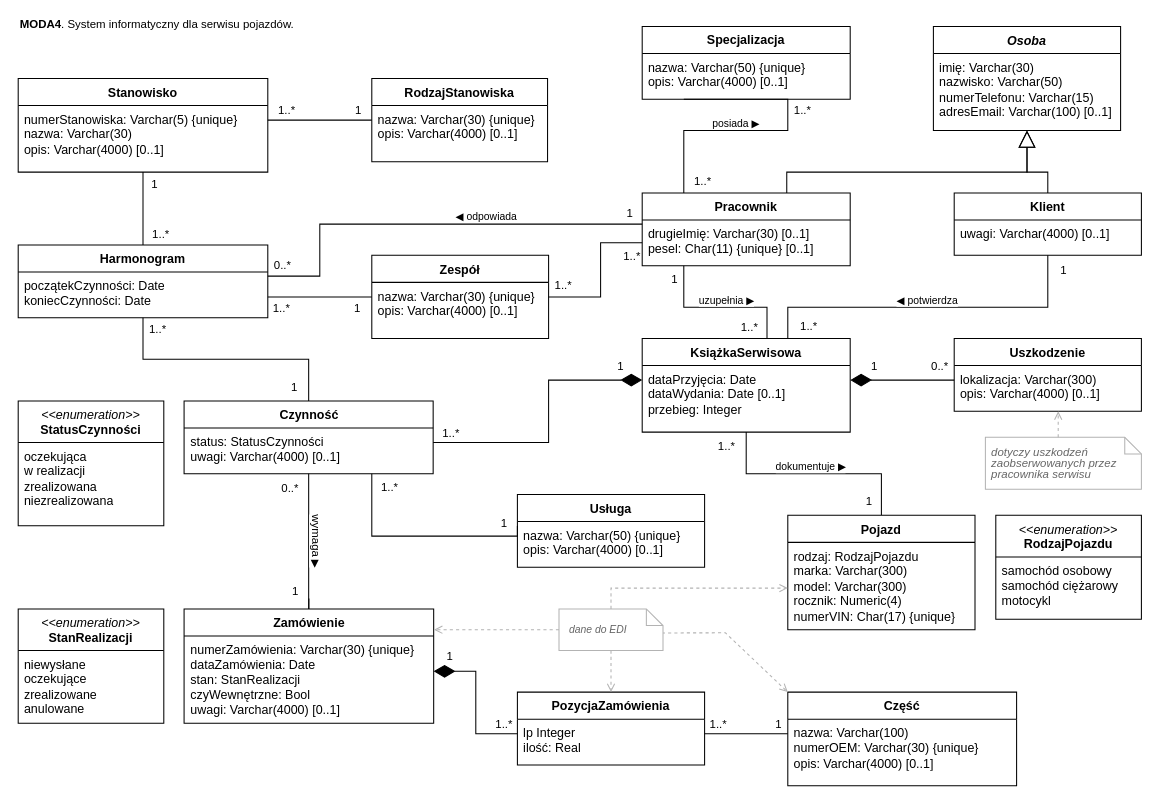
This is moda_logiczny/drawio/MODA4_logiczny_p1.drawio from SSwiatlak/IT_SYSTEM_FOR_CAR_WORKSHOPS, a draw.io file, before an edit. Source tidied: cells renumbered, new cells numbered last; positions are measured from the earlier drawing's top-left corner, leaving out a move shared by most shapes. Both pictures are drawn from the tidied source at 104%, with x=0, y=0 at pixel (18, 26).
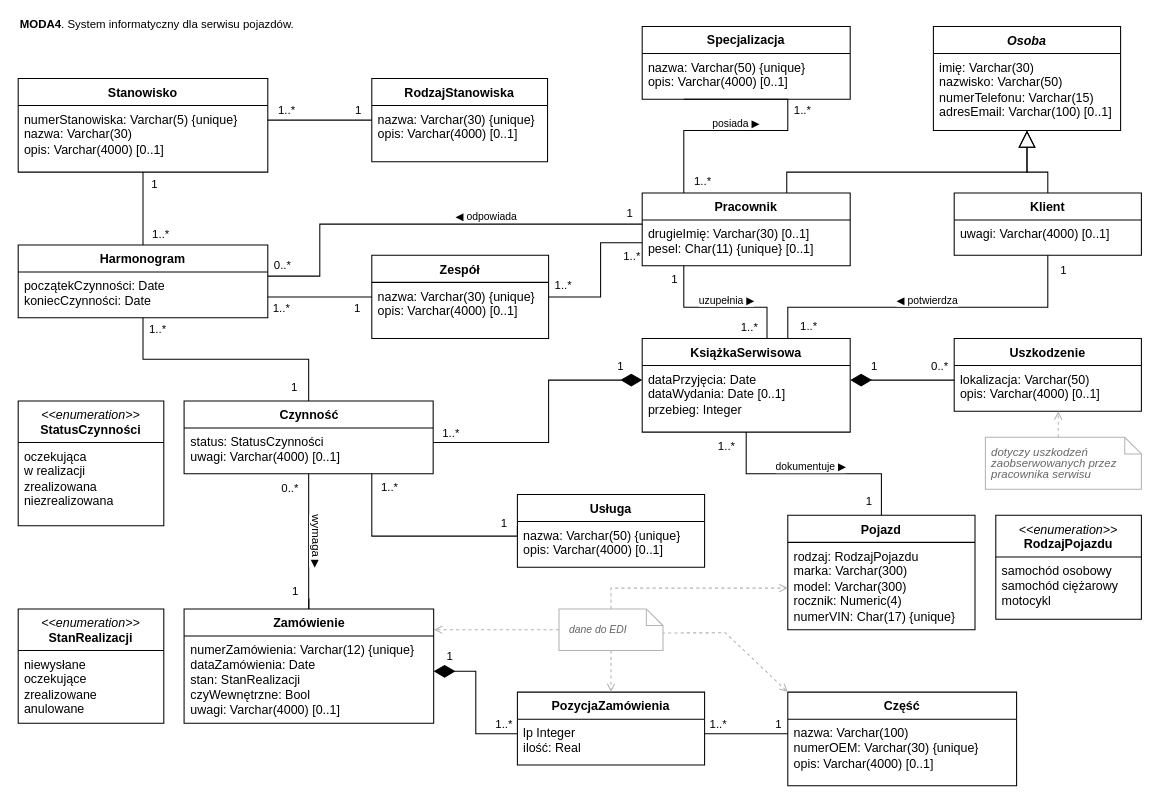
The same diagram, later.

Commit message (it also covers changes not shown here):
Model logiczny - uzupełnienia

Unchanged cells that the change refers to:
```xml
<mxCell id="77" value="Uszkodzenie" style="swimlane;fontStyle=1;align=center;verticalAlign=top;horizontal=1;startSize=26;whiteSpace=wrap;html=1;" parent="1" vertex="1">
  <mxGeometry x="900" y="300" width="180" height="70" as="geometry" />
</mxCell>
<mxCell id="83" style="group;" parent="1" vertex="1">
  <mxGeometry x="159.5" y="560" width="240" height="110" as="geometry" />
</mxCell>
```

What changed in the source:
```diff
@@
-    <mxCell id="78" value="&lt;span&gt;&lt;/span&gt;&lt;div&gt;lokalizacja: Varchar(300)&lt;/div&gt;opis: Varchar(4000) [0..1]&lt;div&gt;&lt;br&gt;&lt;/div&gt;" style="text;strokeColor=none;fillColor=none;align=left;verticalAlign=top;spacingLeft=4;spacingRight=4;overflow=hidden;whiteSpace=wrap;html=1;" parent="77" vertex="1">
+    <mxCell id="78" value="&lt;span&gt;&lt;/span&gt;&lt;div&gt;lokalizacja: Varchar(50)&lt;/div&gt;opis: Varchar(4000) [0..1]&lt;div&gt;&lt;br&gt;&lt;/div&gt;" style="text;strokeColor=none;fillColor=none;align=left;verticalAlign=top;spacingLeft=4;spacingRight=4;overflow=hidden;whiteSpace=wrap;html=1;" parent="77" vertex="1">
       <mxGeometry y="26" width="180" height="44" as="geometry" />
     </mxCell>
@@
-    <mxCell id="86" value="numerZamówienia: Varchar(30) {unique}&lt;br&gt;dataZamówienia: Date&lt;br&gt;stan: StanRealizacji&lt;div&gt;czyWewnętrzne: Bool&lt;/div&gt;&lt;div&gt;uwagi: Varchar(4000) [0..1]&lt;/div&gt;&lt;div&gt;&lt;div&gt;&lt;br&gt;&lt;/div&gt;&lt;/div&gt;&lt;span&gt;&lt;/span&gt;" style="text;strokeColor=none;fillColor=none;align=left;verticalAlign=top;spacingLeft=4;spacingRight=4;overflow=hidden;whiteSpace=wrap;html=1;" parent="83" vertex="1">
+    <mxCell id="86" value="numerZamówienia: Varchar(12) {unique}&lt;br&gt;dataZamówienia: Date&lt;br&gt;stan: StanRealizacji&lt;div&gt;czyWewnętrzne: Bool&lt;/div&gt;&lt;div&gt;uwagi: Varchar(4000) [0..1]&lt;/div&gt;&lt;div&gt;&lt;div&gt;&lt;br&gt;&lt;/div&gt;&lt;/div&gt;&lt;span&gt;&lt;/span&gt;" style="text;strokeColor=none;fillColor=none;align=left;verticalAlign=top;spacingLeft=4;spacingRight=4;overflow=hidden;whiteSpace=wrap;html=1;" parent="83" vertex="1">
       <mxGeometry y="26" width="240" height="84" as="geometry" />
     </mxCell>
```
